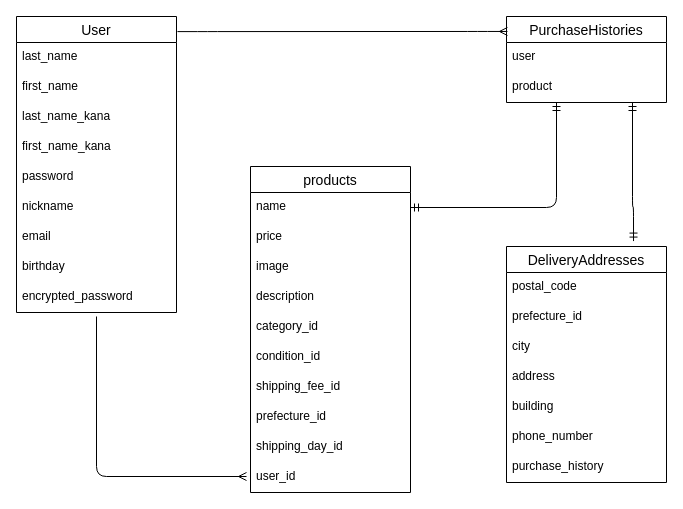
Earlier version of the draw.io diagram furima.dio (naka-nana/furima-40244). Source tidied: cells renumbered, new cells numbered last; positions are measured from the earlier drawing's top-left corner, leaving out a move shared by most shapes. Both pictures are drawn from the tidied source at 100%, with x=0, y=0 at pixel (16, 16).
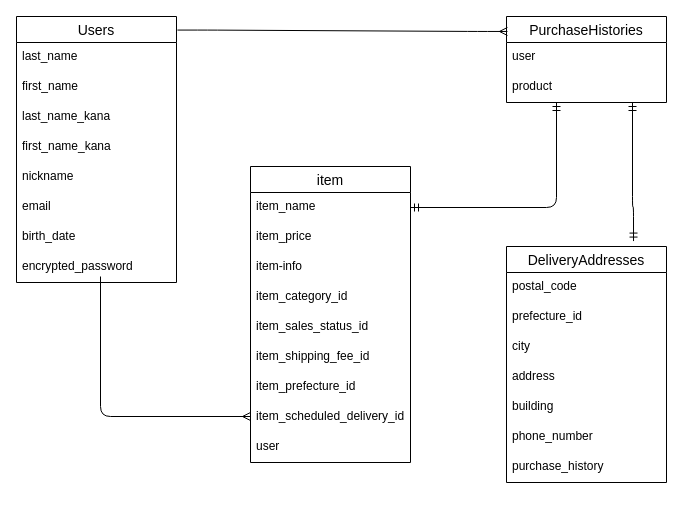
After the change.

The edit, as a diff of the source:
```diff
@@
-    <mxCell id="2" value="products" style="swimlane;fontStyle=0;horizontal=1;startSize=26;align=center;fontSize=14;" parent="1" vertex="1">
-      <mxGeometry x="234" y="150" width="160" height="326" as="geometry" />
+    <mxCell id="2" value="item" style="swimlane;fontStyle=0;horizontal=1;startSize=26;align=center;fontSize=14;" parent="1" vertex="1">
+      <mxGeometry x="234" y="150" width="160" height="296" as="geometry" />
     </mxCell>
-    <mxCell id="3" value="name" style="text;strokeColor=none;fillColor=none;spacingLeft=4;spacingRight=4;overflow=hidden;points=[[0,0.5],[1,0.5]];portConstraint=eastwest;fontSize=12;" parent="2" vertex="1">
+    <mxCell id="3" value="item_name" style="text;strokeColor=none;fillColor=none;spacingLeft=4;spacingRight=4;overflow=hidden;points=[[0,0.5],[1,0.5]];portConstraint=eastwest;fontSize=12;" parent="2" vertex="1">
       <mxGeometry y="26" width="160" height="30" as="geometry" />
     </mxCell>
-    <mxCell id="4" value="price" style="text;strokeColor=none;fillColor=none;spacingLeft=4;spacingRight=4;overflow=hidden;fontSize=12;" parent="2" vertex="1">
+    <mxCell id="4" value="item_price" style="text;strokeColor=none;fillColor=none;spacingLeft=4;spacingRight=4;overflow=hidden;fontSize=12;" parent="2" vertex="1">
       <mxGeometry y="56" width="160" height="30" as="geometry" />
     </mxCell>
-    <mxCell id="5" value="image" style="text;strokeColor=none;fillColor=none;spacingLeft=4;spacingRight=4;overflow=hidden;fontSize=12;" parent="2" vertex="1">
-      <mxGeometry y="86" width="160" height="30" as="geometry" />
-    </mxCell>
-    <mxCell id="6" value="description" style="text;strokeColor=none;fillColor=none;spacingLeft=4;spacingRight=4;overflow=hidden;fontSize=12;" parent="2" vertex="1">
-      <mxGeometry y="116" width="160" height="30" as="geometry" />
+    <mxCell id="6" value="item-info" style="text;strokeColor=none;fillColor=none;spacingLeft=4;spacingRight=4;overflow=hidden;fontSize=12;" parent="2" vertex="1">
+      <mxGeometry y="86" width="160" height="30" as="geometry" />
     </mxCell>
-    <mxCell id="7" value="category_id" style="text;strokeColor=none;fillColor=none;spacingLeft=4;spacingRight=4;overflow=hidden;fontSize=12;" parent="2" vertex="1">
-      <mxGeometry y="146" width="160" height="30" as="geometry" />
+    <mxCell id="7" value="item_category_id" style="text;strokeColor=none;fillColor=none;spacingLeft=4;spacingRight=4;overflow=hidden;fontSize=12;" parent="2" vertex="1">
+      <mxGeometry y="116" width="160" height="30" as="geometry" />
     </mxCell>
-    <mxCell id="8" value="condition_id" style="text;strokeColor=none;fillColor=none;spacingLeft=4;spacingRight=4;overflow=hidden;fontSize=12;" parent="2" vertex="1">
-      <mxGeometry y="176" width="160" height="30" as="geometry" />
+    <mxCell id="8" value="item_sales_status_id" style="text;strokeColor=none;fillColor=none;spacingLeft=4;spacingRight=4;overflow=hidden;fontSize=12;" parent="2" vertex="1">
+      <mxGeometry y="146" width="160" height="30" as="geometry" />
     </mxCell>
-    <mxCell id="9" value="shipping_fee_id" style="text;strokeColor=none;fillColor=none;spacingLeft=4;spacingRight=4;overflow=hidden;fontSize=12;" parent="2" vertex="1">
-      <mxGeometry y="206" width="160" height="30" as="geometry" />
+    <mxCell id="9" value="item_shipping_fee_id" style="text;strokeColor=none;fillColor=none;spacingLeft=4;spacingRight=4;overflow=hidden;fontSize=12;" parent="2" vertex="1">
+      <mxGeometry y="176" width="160" height="30" as="geometry" />
     </mxCell>
-    <mxCell id="10" value="prefecture_id" style="text;strokeColor=none;fillColor=none;spacingLeft=4;spacingRight=4;overflow=hidden;fontSize=12;" parent="2" vertex="1">
-      <mxGeometry y="236" width="160" height="30" as="geometry" />
+    <mxCell id="10" value="item_prefecture_id" style="text;strokeColor=none;fillColor=none;spacingLeft=4;spacingRight=4;overflow=hidden;fontSize=12;" parent="2" vertex="1">
+      <mxGeometry y="206" width="160" height="30" as="geometry" />
     </mxCell>
-    <mxCell id="11" value="shipping_day_id" style="text;strokeColor=none;fillColor=none;spacingLeft=4;spacingRight=4;overflow=hidden;fontSize=12;" parent="2" vertex="1">
-      <mxGeometry y="266" width="160" height="30" as="geometry" />
+    <mxCell id="11" value="item_scheduled_delivery_id" style="text;strokeColor=none;fillColor=none;spacingLeft=4;spacingRight=4;overflow=hidden;fontSize=12;" parent="2" vertex="1">
+      <mxGeometry y="236" width="160" height="30" as="geometry" />
     </mxCell>
-    <mxCell id="12" value="user_id" style="text;strokeColor=none;fillColor=none;spacingLeft=4;spacingRight=4;overflow=hidden;fontSize=12;" parent="2" vertex="1">
-      <mxGeometry y="296" width="160" height="30" as="geometry" />
+    <mxCell id="12" value="user" style="text;strokeColor=none;fillColor=none;spacingLeft=4;spacingRight=4;overflow=hidden;fontSize=12;" parent="2" vertex="1">
+      <mxGeometry y="266" width="160" height="30" as="geometry" />
     </mxCell>
-    <mxCell id="13" value="User" style="swimlane;fontStyle=0;horizontal=1;startSize=26;align=center;fontSize=14;" parent="1" vertex="1">
-      <mxGeometry width="160" height="296" as="geometry" />
+    <mxCell id="13" value="Users" style="swimlane;fontStyle=0;horizontal=1;startSize=26;align=center;fontSize=14;" parent="1" vertex="1">
+      <mxGeometry width="160" height="266" as="geometry" />
     </mxCell>
@@
-    <mxCell id="18" value="password" style="text;strokeColor=none;fillColor=none;spacingLeft=4;spacingRight=4;overflow=hidden;fontSize=12;" parent="13" vertex="1">
-      <mxGeometry y="146" width="160" height="30" as="geometry" />
-    </mxCell>
     <mxCell id="19" value="nickname" style="text;strokeColor=none;fillColor=none;spacingLeft=4;spacingRight=4;overflow=hidden;fontSize=12;" parent="13" vertex="1">
-      <mxGeometry y="176" width="160" height="30" as="geometry" />
+      <mxGeometry y="146" width="160" height="30" as="geometry" />
     </mxCell>
     <mxCell id="20" value="email " style="text;strokeColor=none;fillColor=none;spacingLeft=4;spacingRight=4;overflow=hidden;fontSize=12;" parent="13" vertex="1">
-      <mxGeometry y="206" width="160" height="30" as="geometry" />
+      <mxGeometry y="176" width="160" height="30" as="geometry" />
     </mxCell>
-    <mxCell id="21" value="birthday" style="text;strokeColor=none;fillColor=none;spacingLeft=4;spacingRight=4;overflow=hidden;fontSize=12;" parent="13" vertex="1">
-      <mxGeometry y="236" width="160" height="30" as="geometry" />
+    <mxCell id="21" value="birth_date" style="text;strokeColor=none;fillColor=none;spacingLeft=4;spacingRight=4;overflow=hidden;fontSize=12;" parent="13" vertex="1">
+      <mxGeometry y="206" width="160" height="30" as="geometry" />
     </mxCell>
     <mxCell id="22" value="encrypted_password" style="text;strokeColor=none;fillColor=none;spacingLeft=4;spacingRight=4;overflow=hidden;fontSize=12;" parent="13" vertex="1">
-      <mxGeometry y="266" width="160" height="30" as="geometry" />
+      <mxGeometry y="236" width="160" height="30" as="geometry" />
     </mxCell>
@@
     <mxCell id="35" style="edgeStyle=orthogonalEdgeStyle;fontSize=12;html=1;endArrow=ERmany;" parent="1" edge="1">
       <mxGeometry relative="1" as="geometry">
-        <mxPoint x="80" y="300" as="sourcePoint" />
-        <mxPoint x="230" y="460" as="targetPoint" />
+        <mxPoint x="84" y="260" as="sourcePoint" />
+        <mxPoint x="234" y="400" as="targetPoint" />
         <Array as="points">
-          <mxPoint x="80" y="300" />
-          <mxPoint x="80" y="460" />
+          <mxPoint x="84" y="260" />
+          <mxPoint x="84" y="400" />
         </Array>
       </mxGeometry>
     </mxCell>
```
